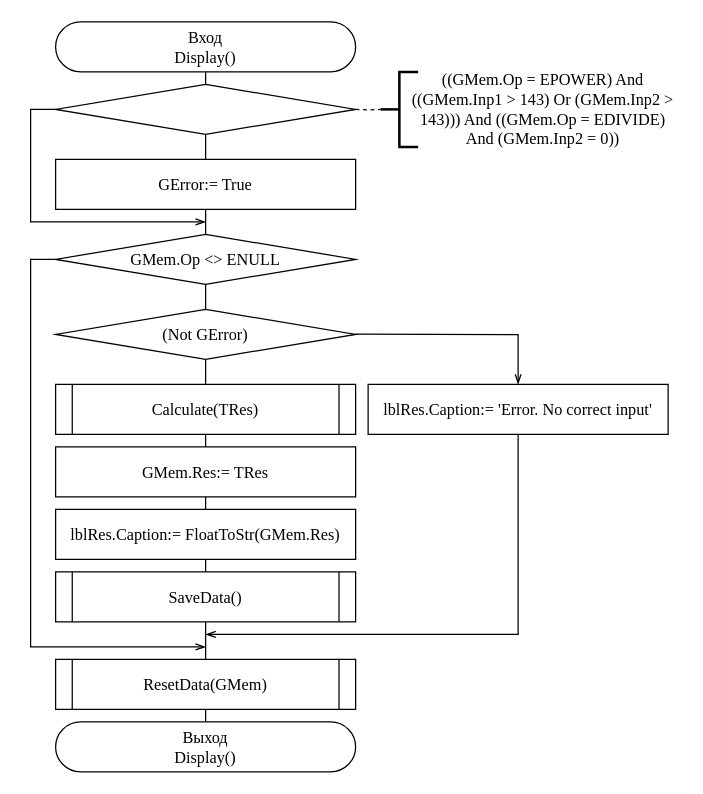
Hummel009/Delphi-Projects keeps this draw.io diagram as page "Display" (5 of 17) of OAiP/Course/Scheme/Alg.drawio. Above is the earlier version. Source tidied: cells renumbered, new cells numbered last; positions are measured from the earlier drawing's top-left corner, leaving out a move shared by most shapes. Both pictures are drawn from the tidied source at 125%, with x=0, y=0 at pixel (30, 21).
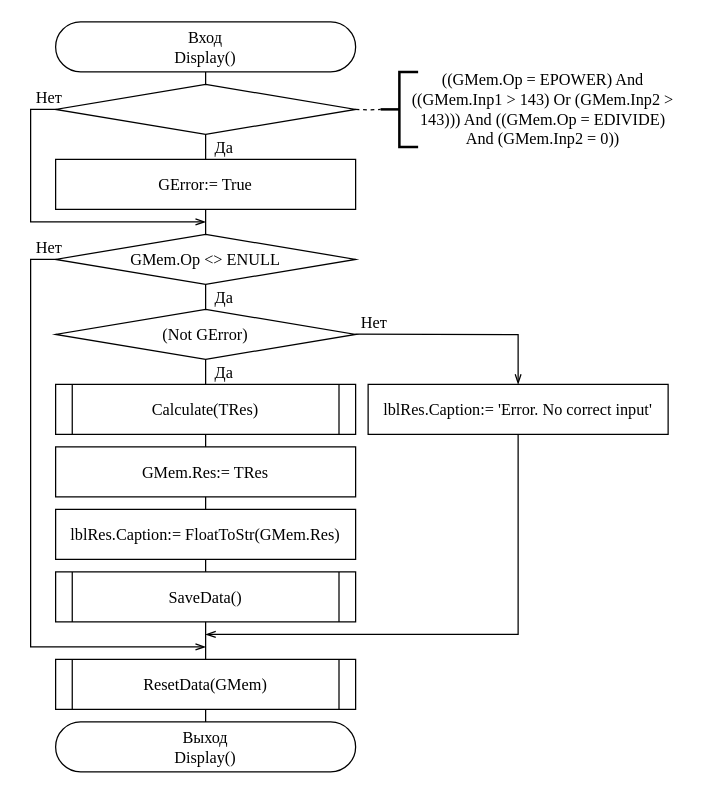
After the change.

What changed in the source:
```diff
@@
+    <mxCell id="31" value="Нет" style="text;html=1;strokeColor=none;fillColor=none;align=center;verticalAlign=middle;whiteSpace=wrap;rounded=0;fontSize=13;fontFamily=Times New Roman;" parent="1" vertex="1">
+      <mxGeometry y="50" width="30" height="20" as="geometry" />
+    </mxCell>
+    <mxCell id="32" value="Нет" style="text;html=1;strokeColor=none;fillColor=none;align=center;verticalAlign=middle;whiteSpace=wrap;rounded=0;fontSize=13;fontFamily=Times New Roman;" parent="1" vertex="1">
+      <mxGeometry x="260" y="230" width="30" height="20" as="geometry" />
+    </mxCell>
+    <mxCell id="33" value="Нет" style="text;html=1;strokeColor=none;fillColor=none;align=center;verticalAlign=middle;whiteSpace=wrap;rounded=0;fontSize=13;fontFamily=Times New Roman;" parent="1" vertex="1">
+      <mxGeometry y="170" width="30" height="20" as="geometry" />
+    </mxCell>
+    <mxCell id="34" value="Да" style="text;html=1;strokeColor=none;fillColor=none;align=center;verticalAlign=middle;whiteSpace=wrap;rounded=0;fontSize=13;fontFamily=Times New Roman;" parent="1" vertex="1">
+      <mxGeometry x="140" y="270" width="30" height="20" as="geometry" />
+    </mxCell>
+    <mxCell id="35" value="Да" style="text;html=1;strokeColor=none;fillColor=none;align=center;verticalAlign=middle;whiteSpace=wrap;rounded=0;fontSize=13;fontFamily=Times New Roman;" parent="1" vertex="1">
+      <mxGeometry x="140" y="90" width="30" height="20" as="geometry" />
+    </mxCell>
+    <mxCell id="36" value="Да" style="text;html=1;strokeColor=none;fillColor=none;align=center;verticalAlign=middle;whiteSpace=wrap;rounded=0;fontSize=13;fontFamily=Times New Roman;" parent="1" vertex="1">
+      <mxGeometry x="140" y="210" width="30" height="20" as="geometry" />
+    </mxCell>
```
